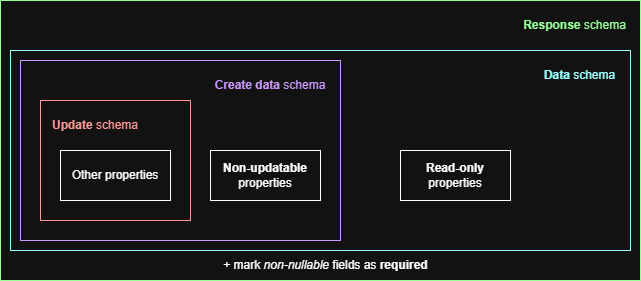
elhub/flex-information-system keeps this draw.io diagram as docs/diagrams/openapi-schemas-no-create.drawio.png. Above is the earlier version. Source tidied: cells renumbered, new cells last; positions are measured from the earlier drawing's top-left corner, leaving out a move shared by most shapes. The source it was exported from:
```xml
<mxGraphModel background="#ffffff">
  <root>
    <mxCell id="0" />
    <mxCell id="1" parent="0" />
    <mxCell id="2" style="rounded=0;whiteSpace=wrap;html=1;strokeWidth=1;strokeColor=light-dark(#000000,#99FF99);fillColor=none;gradientColor=none;" parent="1" vertex="1">
      <mxGeometry width="640" height="280" as="geometry" />
    </mxCell>
    <mxCell id="3" style="rounded=0;whiteSpace=wrap;html=1;strokeWidth=1;strokeColor=light-dark(#000000,#99FFFF);fillColor=none;gradientColor=none;" parent="1" vertex="1">
      <mxGeometry x="10" y="50" width="620" height="200" as="geometry" />
    </mxCell>
    <mxCell id="4" style="rounded=0;whiteSpace=wrap;html=1;strokeWidth=1;strokeColor=light-dark(#000000,#CC99FF);" parent="1" vertex="1">
      <mxGeometry x="20" y="60" width="320" height="180" as="geometry" />
    </mxCell>
    <mxCell id="5" style="rounded=0;whiteSpace=wrap;html=1;strokeColor=light-dark(#000000,#FF9999);" parent="1" vertex="1">
      <mxGeometry x="40" y="100" width="150" height="120" as="geometry" />
    </mxCell>
    <mxCell id="6" value="&lt;b&gt;Non-updatable&lt;/b&gt;&lt;div&gt;properties&lt;/div&gt;" style="rounded=0;whiteSpace=wrap;html=1;" parent="1" vertex="1">
      <mxGeometry x="210" y="150" width="110" height="50" as="geometry" />
    </mxCell>
    <mxCell id="7" value="&lt;b&gt;Update&lt;/b&gt; schema" style="text;html=1;align=center;verticalAlign=middle;whiteSpace=wrap;rounded=0;fontColor=light-dark(#000000,#FF9999);" parent="1" vertex="1">
      <mxGeometry x="50" y="110" width="90" height="30" as="geometry" />
    </mxCell>
    <mxCell id="8" value="&lt;b&gt;Read-only&lt;/b&gt;&lt;div&gt;properties&lt;/div&gt;" style="rounded=0;whiteSpace=wrap;html=1;" parent="1" vertex="1">
      <mxGeometry x="400" y="150" width="110" height="50" as="geometry" />
    </mxCell>
    <mxCell id="9" value="Other properties" style="rounded=0;whiteSpace=wrap;html=1;" parent="1" vertex="1">
      <mxGeometry x="60" y="150" width="110" height="50" as="geometry" />
    </mxCell>
    <mxCell id="10" value="&lt;b&gt;Create data&lt;/b&gt;&amp;nbsp;schema" style="text;html=1;align=center;verticalAlign=middle;whiteSpace=wrap;rounded=0;fontColor=light-dark(#000000,#CC99FF);" parent="1" vertex="1">
      <mxGeometry x="210" y="70" width="120" height="30" as="geometry" />
    </mxCell>
    <mxCell id="11" value="&lt;b&gt;Data&lt;/b&gt;&amp;nbsp;schema" style="text;html=1;align=center;verticalAlign=middle;whiteSpace=wrap;rounded=0;fontColor=light-dark(#000000,#99FFFF);" parent="1" vertex="1">
      <mxGeometry x="540" y="60" width="79" height="30" as="geometry" />
    </mxCell>
    <mxCell id="12" value="+ mark &lt;i&gt;non-nullable&lt;/i&gt; fields as&amp;nbsp;&lt;b&gt;required&lt;/b&gt;" style="text;html=1;align=center;verticalAlign=middle;whiteSpace=wrap;rounded=0;" parent="1" vertex="1">
      <mxGeometry x="202.5" y="250" width="245" height="30" as="geometry" />
    </mxCell>
    <mxCell id="13" value="&lt;b&gt;Response&lt;/b&gt;&amp;nbsp;schema" style="text;html=1;align=center;verticalAlign=middle;whiteSpace=wrap;rounded=0;fontColor=light-dark(#000000,#99FF99);" parent="1" vertex="1">
      <mxGeometry x="520" y="10" width="109" height="30" as="geometry" />
    </mxCell>
  </root>
</mxGraphModel>
```
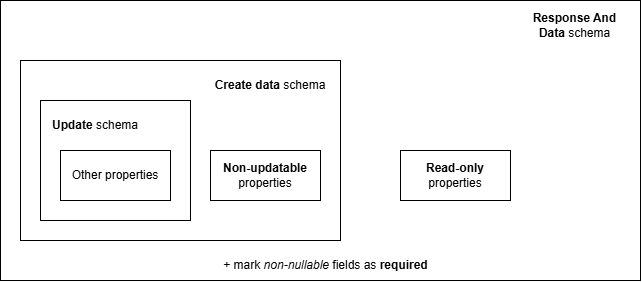
After the commit.

Commit message:
docs: update docs to new openapi structure (FLEX-932)

What changed in the source:
```diff
@@ -5,9 +5,6 @@
     <mxCell id="2" style="rounded=0;whiteSpace=wrap;html=1;strokeWidth=1;strokeColor=light-dark(#000000,#99FF99);fillColor=none;gradientColor=none;" parent="1" vertex="1">
       <mxGeometry width="640" height="280" as="geometry" />
     </mxCell>
-    <mxCell id="3" style="rounded=0;whiteSpace=wrap;html=1;strokeWidth=1;strokeColor=light-dark(#000000,#99FFFF);fillColor=none;gradientColor=none;" parent="1" vertex="1">
-      <mxGeometry x="10" y="50" width="620" height="200" as="geometry" />
-    </mxCell>
     <mxCell id="4" style="rounded=0;whiteSpace=wrap;html=1;strokeWidth=1;strokeColor=light-dark(#000000,#CC99FF);" parent="1" vertex="1">
       <mxGeometry x="20" y="60" width="320" height="180" as="geometry" />
     </mxCell>
@@ -29,13 +26,10 @@
     <mxCell id="10" value="&lt;b&gt;Create data&lt;/b&gt;&amp;nbsp;schema" style="text;html=1;align=center;verticalAlign=middle;whiteSpace=wrap;rounded=0;fontColor=light-dark(#000000,#CC99FF);" parent="1" vertex="1">
       <mxGeometry x="210" y="70" width="120" height="30" as="geometry" />
     </mxCell>
-    <mxCell id="11" value="&lt;b&gt;Data&lt;/b&gt;&amp;nbsp;schema" style="text;html=1;align=center;verticalAlign=middle;whiteSpace=wrap;rounded=0;fontColor=light-dark(#000000,#99FFFF);" parent="1" vertex="1">
-      <mxGeometry x="540" y="60" width="79" height="30" as="geometry" />
-    </mxCell>
     <mxCell id="12" value="+ mark &lt;i&gt;non-nullable&lt;/i&gt; fields as&amp;nbsp;&lt;b&gt;required&lt;/b&gt;" style="text;html=1;align=center;verticalAlign=middle;whiteSpace=wrap;rounded=0;" parent="1" vertex="1">
       <mxGeometry x="202.5" y="250" width="245" height="30" as="geometry" />
     </mxCell>
-    <mxCell id="13" value="&lt;b&gt;Response&lt;/b&gt;&amp;nbsp;schema" style="text;html=1;align=center;verticalAlign=middle;whiteSpace=wrap;rounded=0;fontColor=light-dark(#000000,#99FF99);" parent="1" vertex="1">
+    <mxCell id="13" value="&lt;b&gt;Response And Data&lt;/b&gt;&amp;nbsp;schema" style="text;html=1;align=center;verticalAlign=middle;whiteSpace=wrap;rounded=0;fontColor=light-dark(#000000,#99FF99);" parent="1" vertex="1">
       <mxGeometry x="520" y="10" width="109" height="30" as="geometry" />
     </mxCell>
   </root>
```
